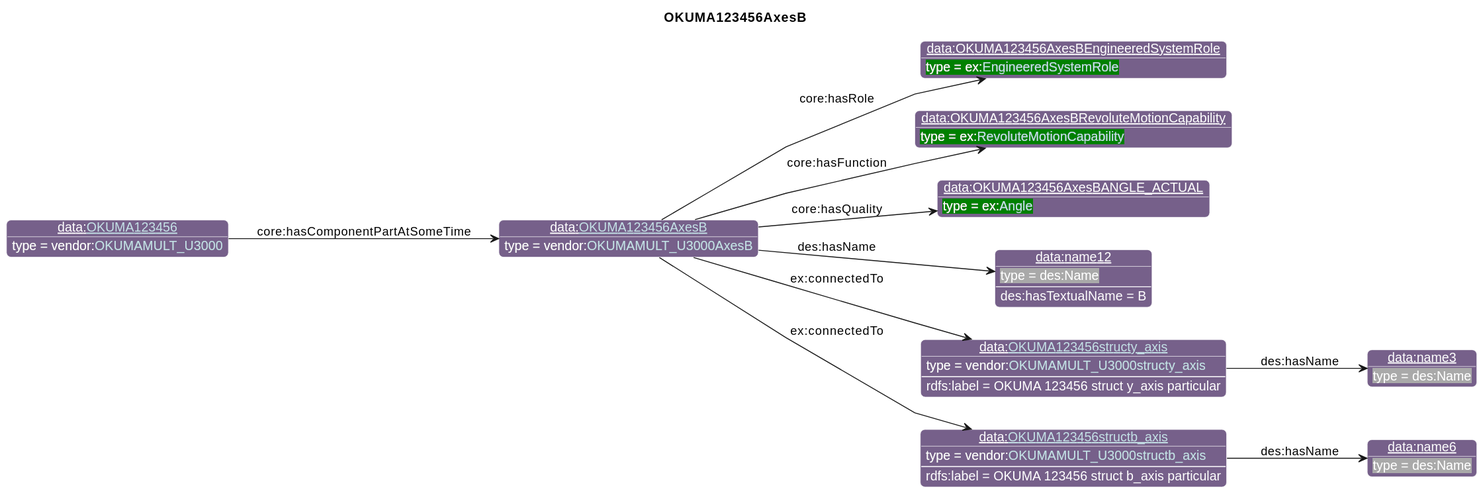
Above: diagrams/OKUMA123456AxesB.svg in iofoundry/example-syseng-mtconnect (PlantUML), before the change.
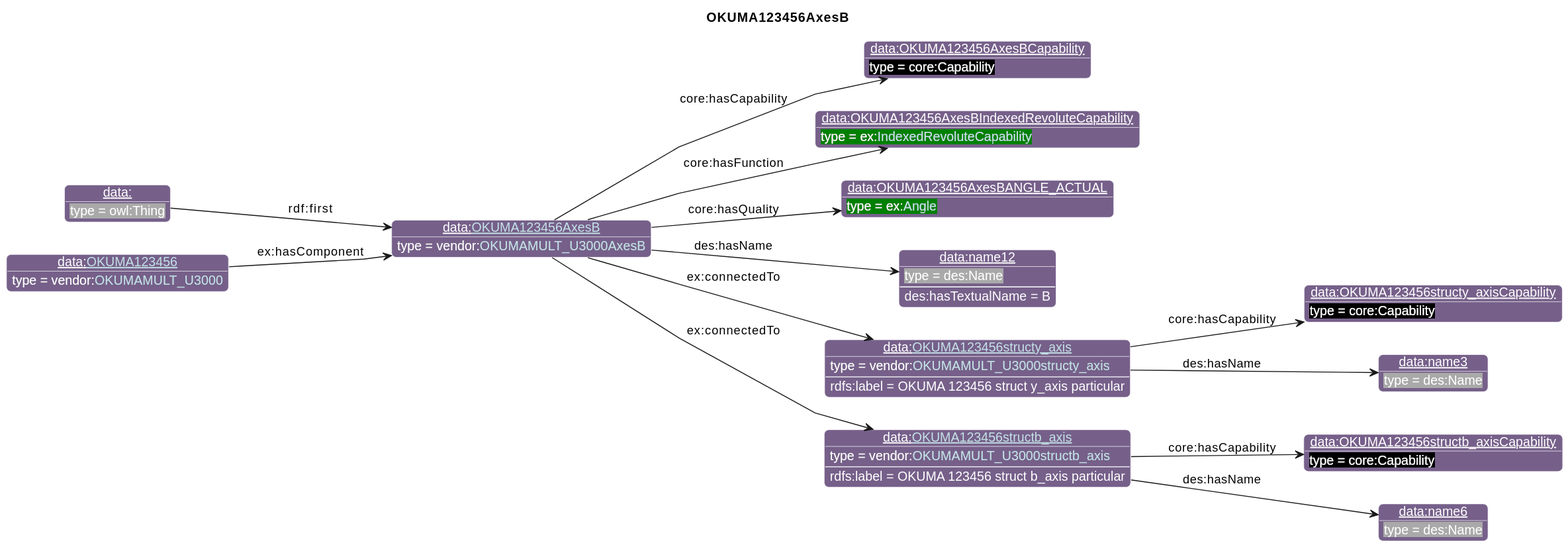
After the commit.

What changed in the source:
```diff
@@ -26,25 +26,31 @@
                       "qp":"641B2E"
       }
 individual(o0, data:[[./OKUMA123456AxesB.html OKUMA123456AxesB]], vendor:[[../OKUMA.html#OKUMAMULT_U3000AxesB OKUMAMULT_U3000AxesB]])
-individual(o1, data:OKUMA123456AxesBEngineeredSystemRole, ex:[[../Example.html#EngineeredSystemRole EngineeredSystemRole]])
-individual(o2, data:OKUMA123456AxesBRevoluteMotionCapability, ex:[[../Example.html#RevoluteMotionCapability RevoluteMotionCapability]])
+individual(o1, data:OKUMA123456AxesBCapability, core:Capability)
+individual(o2, data:OKUMA123456AxesBIndexedRevoluteCapability, ex:[[../Example.html#IndexedRevoluteCapability IndexedRevoluteCapability]])
 individual(o3, data:OKUMA123456AxesBANGLE_ACTUAL, ex:[[../Example.html#Angle Angle]])
 individual(o4, data:name12, des:Name)
 individual(o5, data:[[./OKUMA123456structy_axis.html OKUMA123456structy_axis]], vendor:[[../OKUMA.html#OKUMAMULT_U3000structy_axis OKUMAMULT_U3000structy_axis]])
-individual(o6, data:name3, des:Name)
-individual(o7, data:[[./OKUMA123456structb_axis.html OKUMA123456structb_axis]], vendor:[[../OKUMA.html#OKUMAMULT_U3000structb_axis OKUMAMULT_U3000structb_axis]])
-individual(o8, data:name6, des:Name)
-individual(o9, data:[[./OKUMA123456.html OKUMA123456]], vendor:[[../OKUMA.html#OKUMAMULT_U3000 OKUMAMULT_U3000]])
-property(o0, "core:hasRole", o1)
+individual(o6, data:OKUMA123456structy_axisCapability, core:Capability)
+individual(o7, data:name3, des:Name)
+individual(o8, data:[[./OKUMA123456structb_axis.html OKUMA123456structb_axis]], vendor:[[../OKUMA.html#OKUMAMULT_U3000structb_axis OKUMAMULT_U3000structb_axis]])
+individual(o9, data:OKUMA123456structb_axisCapability, core:Capability)
+individual(o10, data:name6, des:Name)
+individual(o11, data:, owl:Thing)
+individual(o12, data:[[./OKUMA123456.html OKUMA123456]], vendor:[[../OKUMA.html#OKUMAMULT_U3000 OKUMAMULT_U3000]])
+property(o0, "core:hasCapability", o1)
 property(o0, "core:hasFunction", o2)
 property(o0, "core:hasQuality", o3)
 property(o0, "des:hasName", o4)
 data(o4, "des:hasTextualName", "B")
 property(o0, "ex:connectedTo", o5)
 data(o5, "rdfs:label", "OKUMA 123456 struct y_axis particular")
-property(o5, "des:hasName", o6)
-property(o0, "ex:connectedTo", o7)
-data(o7, "rdfs:label", "OKUMA 123456 struct b_axis particular")
-property(o7, "des:hasName", o8)
-property(o9, "core:hasComponentPartAtSomeTime", o0)
+property(o5, "core:hasCapability", o6)
+property(o5, "des:hasName", o7)
+property(o0, "ex:connectedTo", o8)
+data(o8, "rdfs:label", "OKUMA 123456 struct b_axis particular")
+property(o8, "core:hasCapability", o9)
+property(o8, "des:hasName", o10)
+property(o11, "rdf:first", o0)
+property(o12, "ex:hasComponent", o0)
 @enduml
```
